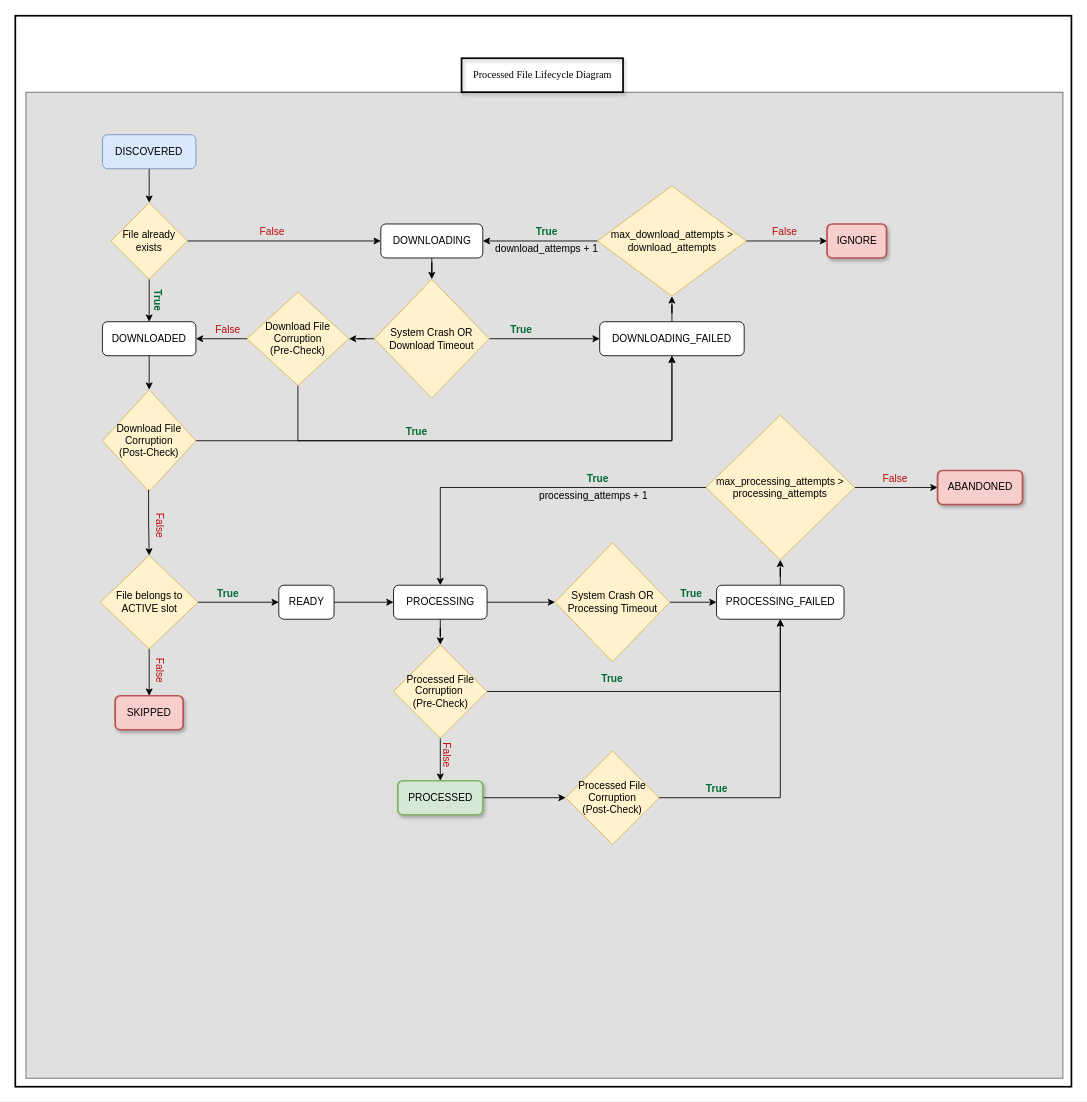
Above: docs/architecture/processed_file_lifecycle.drawio in AnandKri/comet-hunter (draw.io), before the change. Source tidied: cells renumbered, new cells numbered last; positions are measured from the earlier drawing's top-left corner, leaving out a move shared by most shapes. Both pictures are drawn from the tidied source at 85%, with x=0, y=0 at pixel (15, 15).
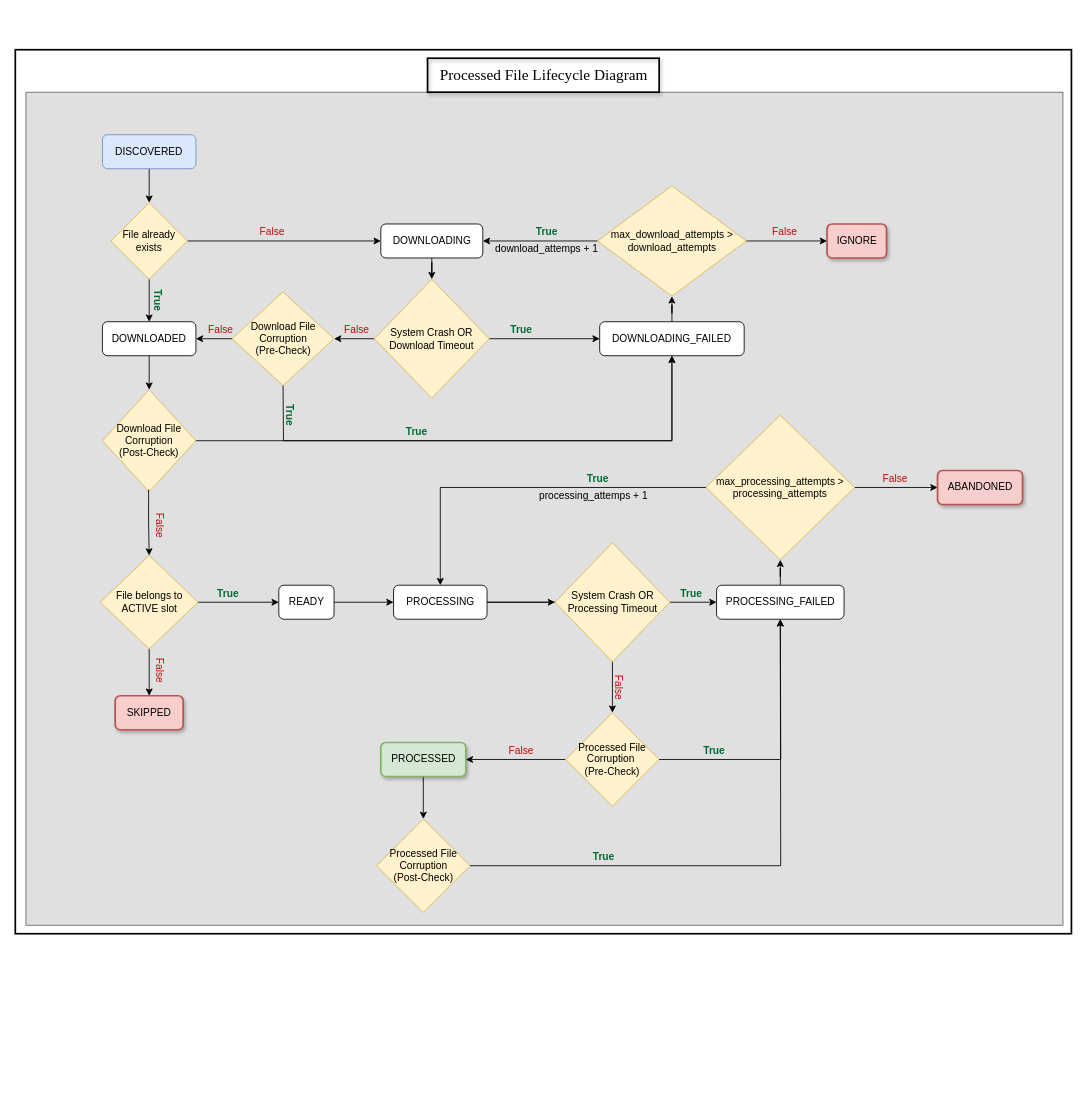
After the change.

Commit message (it also covers changes not shown here):
refine processed file lifecycle

Unchanged cells that the change refers to:
```xml
<mxCell id="2" style="group;" parent="1" vertex="1">
  <mxGeometry x="12" y="10" width="1230" height="1250" as="geometry" />
</mxCell>
<mxCell id="13" value="DOWNLOADING_FAILED" style="rounded=1;whiteSpace=wrap;html=1;" parent="2" vertex="1">
  <mxGeometry x="675" y="350" width="170" height="40" as="geometry" />
</mxCell>
<mxCell id="50" value="PROCESSING_FAILED" style="rounded=1;whiteSpace=wrap;html=1;" parent="2" vertex="1">
  <mxGeometry x="812.5" y="660" width="150" height="40" as="geometry" />
</mxCell>
```

What changed in the source:
```diff
@@
     <mxCell id="3" style="rounded=0;whiteSpace=wrap;html=1;strokeWidth=2;" parent="2" vertex="1">
-      <mxGeometry x="-12.5" y="-10" width="1242.5" height="1260" as="geometry" />
+      <mxGeometry x="-12.5" y="30" width="1242.5" height="1040" as="geometry" />
     </mxCell>
     <mxCell id="4" style="rounded=0;whiteSpace=wrap;html=1;fillColor=light-dark(#e0e0e0, #1a1a1a);fontColor=#333333;strokeColor=#666666;" parent="2" vertex="1">
-      <mxGeometry y="80" width="1220" height="1160" as="geometry" />
+      <mxGeometry y="80" width="1220" height="980" as="geometry" />
     </mxCell>
-    <mxCell id="5" value="Processed File Lifecycle Diagram" style="text;html=1;whiteSpace=wrap;strokeColor=default;fillColor=none;align=center;verticalAlign=middle;rounded=0;strokeWidth=2;glass=0;shadow=1;fontFamily=Times New Roman;" parent="2" vertex="1">
-      <mxGeometry x="512.5" y="40" width="190" height="40" as="geometry" />
+    <mxCell id="5" value="&lt;font style=&quot;font-size: 18px;&quot;&gt;Processed File Lifecycle Diagram&lt;/font&gt;" style="text;html=1;whiteSpace=wrap;strokeColor=default;fillColor=none;align=center;verticalAlign=middle;rounded=0;strokeWidth=2;glass=0;shadow=1;fontFamily=Times New Roman;" parent="2" vertex="1">
+      <mxGeometry x="472.5" y="40" width="272.5" height="40" as="geometry" />
     </mxCell>
@@
     <mxCell id="23" value="False" style="text;html=1;whiteSpace=wrap;strokeColor=none;fillColor=none;align=center;verticalAlign=middle;rounded=0;fontColor=light-dark(#bd0d0d, #ededed);" parent="2" vertex="1">
-      <mxGeometry x="207.5" y="350" width="60" height="20" as="geometry" />
+      <mxGeometry x="207.5" y="350" width="42.5" height="20" as="geometry" />
     </mxCell>
@@
     <mxCell id="55" value="PROCESSED" style="rounded=1;whiteSpace=wrap;html=1;fillColor=#d5e8d4;strokeColor=#82b366;strokeWidth=2;shadow=1;" parent="2" vertex="1">
-      <mxGeometry x="437.5" y="890" width="100" height="40" as="geometry" />
+      <mxGeometry x="417.5" y="845" width="100" height="40" as="geometry" />
     </mxCell>
@@
     <mxCell id="61" value="&lt;div&gt;Processed File Corruption&lt;/div&gt;(Post-Check)" style="rhombus;whiteSpace=wrap;html=1;fillColor=#fff2cc;strokeColor=#d6b656;gradientColor=none;strokeWidth=1;" parent="2" vertex="1">
-      <mxGeometry x="635" y="855" width="110" height="110" as="geometry" />
+      <mxGeometry x="412.5" y="935" width="110" height="110" as="geometry" />
     </mxCell>
-    <mxCell id="62" value="False" style="text;html=1;whiteSpace=wrap;strokeColor=none;fillColor=none;align=center;verticalAlign=middle;rounded=0;rotation=90;fontColor=light-dark(#bd0d0d, #ededed);" parent="2" vertex="1">
-      <mxGeometry x="465" y="850" width="60" height="20" as="geometry" />
+    <mxCell id="62" value="False" style="text;html=1;whiteSpace=wrap;strokeColor=none;fillColor=none;align=center;verticalAlign=middle;rounded=0;rotation=0;fontColor=light-dark(#bd0d0d, #ededed);" parent="2" vertex="1">
+      <mxGeometry x="552.5" y="845" width="60" height="20" as="geometry" />
     </mxCell>
     <mxCell id="63" style="endArrow=classic;html=1;rounded=0;entryX=0.5;entryY=1;entryDx=0;entryDy=0;exitX=1;exitY=0.5;exitDx=0;exitDy=0;" parent="2" edge="1" source="61" target="50">
       <mxGeometry relative="1" as="geometry">
         <Array as="points">
-          <mxPoint x="887.5" y="910" />
+          <mxPoint x="888" y="990" />
         </Array>
       </mxGeometry>
     </mxCell>
     <mxCell id="64" value="True" style="text;html=1;whiteSpace=wrap;strokeColor=none;fillColor=none;align=center;verticalAlign=middle;rounded=0;fontStyle=1;fontColor=light-dark(#006a35, #28ab6a);rotation=0;" parent="2" vertex="1">
-      <mxGeometry x="782.5" y="890" width="60" height="20" as="geometry" />
+      <mxGeometry x="780" y="845" width="60" height="20" as="geometry" />
     </mxCell>
@@
     <mxCell id="66" value="&lt;div&gt;Processed File Corruption&amp;nbsp;&lt;/div&gt;&lt;div&gt;(Pre-Check)&lt;/div&gt;" style="rhombus;whiteSpace=wrap;html=1;fillColor=#fff2cc;strokeColor=#d6b656;gradientColor=none;strokeWidth=1;" parent="2" vertex="1">
-      <mxGeometry x="432.5" y="730" width="110" height="110" as="geometry" />
+      <mxGeometry x="635" y="810" width="110" height="110" as="geometry" />
     </mxCell>
     <mxCell id="67" style="endArrow=classic;html=1;rounded=0;exitX=1;exitY=0.5;exitDx=0;exitDy=0;entryX=0.5;entryY=1;entryDx=0;entryDy=0;" parent="2" edge="1" source="66" target="50">
       <mxGeometry relative="1" as="geometry">
         <Array as="points">
-          <mxPoint x="887.5" y="785" />
+          <mxPoint x="888" y="865" />
         </Array>
       </mxGeometry>
     </mxCell>
-    <mxCell id="68" value="True" style="text;html=1;whiteSpace=wrap;strokeColor=none;fillColor=none;align=center;verticalAlign=middle;rounded=0;fontStyle=1;fontColor=light-dark(#006a35, #28ab6a);rotation=0;" parent="2" vertex="1">
-      <mxGeometry x="660" y="760" width="60" height="20" as="geometry" />
-    </mxCell>
@@
     <mxCell id="70" value="&lt;div&gt;Download File Corruption&lt;/div&gt;&lt;div&gt;(Pre-Check)&lt;/div&gt;" style="rhombus;whiteSpace=wrap;html=1;fillColor=#fff2cc;strokeColor=#d6b656;gradientColor=none;strokeWidth=1;" parent="2" vertex="1">
-      <mxGeometry x="260" y="315" width="120" height="110" as="geometry" />
+      <mxGeometry x="242.5" y="315" width="120" height="110" as="geometry" />
     </mxCell>
     <mxCell id="71" style="endArrow=classic;html=1;rounded=0;exitX=0.5;exitY=1;exitDx=0;exitDy=0;entryX=0.5;entryY=1;entryDx=0;entryDy=0;" parent="2" edge="1" source="70" target="13">
       <mxGeometry relative="1" as="geometry">
         <Array as="points">
-          <mxPoint x="320" y="490" />
+          <mxPoint x="303" y="490" />
           <mxPoint x="760" y="490" />
         </Array>
       </mxGeometry>
     </mxCell>
+    <mxCell id="72" value="False" style="text;html=1;whiteSpace=wrap;strokeColor=none;fillColor=none;align=center;verticalAlign=middle;rounded=0;fontColor=light-dark(#bd0d0d, #ededed);" parent="2" vertex="1">
+      <mxGeometry x="367.5" y="350" width="42.5" height="20" as="geometry" />
+    </mxCell>
+    <mxCell id="73" value="True" style="text;html=1;whiteSpace=wrap;strokeColor=none;fillColor=none;align=center;verticalAlign=middle;rounded=0;fontStyle=1;fontColor=light-dark(#006a35, #28ab6a);rotation=90;" parent="2" vertex="1">
+      <mxGeometry x="280" y="450" width="60" height="20" as="geometry" />
+    </mxCell>
+    <mxCell id="74" value="False" style="text;html=1;whiteSpace=wrap;strokeColor=none;fillColor=none;align=center;verticalAlign=middle;rounded=0;rotation=90;fontColor=light-dark(#bd0d0d, #ededed);" parent="2" vertex="1">
+      <mxGeometry x="667.5" y="770" width="60" height="20" as="geometry" />
+    </mxCell>
+    <mxCell id="68" value="True" style="text;html=1;whiteSpace=wrap;strokeColor=none;fillColor=none;align=center;verticalAlign=middle;rounded=0;fontStyle=1;fontColor=light-dark(#006a35, #28ab6a);rotation=0;" parent="2" vertex="1">
+      <mxGeometry x="650" y="970" width="60" height="20" as="geometry" />
+    </mxCell>
```
